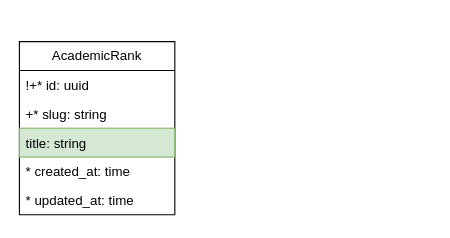
This is page "Employee" (3 of 3) of docs/entity_relationship.drawio from IrusHunter/duckademic, a draw.io file, before an edit. Source tidied: cells renumbered, new cells numbered last; positions are measured from the earlier drawing's top-left corner, leaving out a move shared by most shapes. Both pictures are drawn from the tidied source at 111%, with x=0, y=0 at pixel (19, 41).
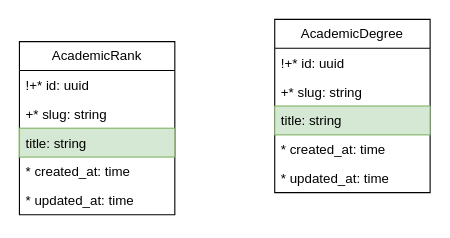
The same diagram, later.

Diff of the diagram source:
```diff
@@
 <mxGraphModel>
   <root>
     <mxCell id="0" />
     <mxCell id="1" parent="0" />
     <mxCell id="2" value="AcademicRank" style="swimlane;fontStyle=0;horizontal=1;startSize=26;fillColor=none;whiteSpace=wrap;html=1;" parent="1" vertex="1">
       <mxGeometry width="140" height="156" as="geometry" />
     </mxCell>
     <mxCell id="3" value="!+* id: uuid" style="text;strokeColor=none;fillColor=none;align=left;verticalAlign=top;spacingLeft=4;spacingRight=4;overflow=hidden;whiteSpace=wrap;html=1;" parent="2" vertex="1">
       <mxGeometry y="26" width="140" height="26" as="geometry" />
     </mxCell>
     <mxCell id="4" value="+* slug: string" style="text;strokeColor=none;fillColor=none;align=left;verticalAlign=top;spacingLeft=4;spacingRight=4;overflow=hidden;whiteSpace=wrap;html=1;" parent="2" vertex="1">
       <mxGeometry y="52" width="140" height="26" as="geometry" />
     </mxCell>
     <mxCell id="5" value="title: string" style="text;strokeColor=#82b366;fillColor=#d5e8d4;align=left;verticalAlign=top;spacingLeft=4;spacingRight=4;overflow=hidden;whiteSpace=wrap;html=1;" parent="2" vertex="1">
       <mxGeometry y="78" width="140" height="26" as="geometry" />
     </mxCell>
     <mxCell id="6" value="* created_at: time" style="text;strokeColor=none;fillColor=none;align=left;verticalAlign=top;spacingLeft=4;spacingRight=4;overflow=hidden;whiteSpace=wrap;html=1;" parent="2" vertex="1">
       <mxGeometry y="104" width="140" height="26" as="geometry" />
     </mxCell>
     <mxCell id="7" value="* updated_at: time" style="text;strokeColor=none;fillColor=none;align=left;verticalAlign=top;spacingLeft=4;spacingRight=4;overflow=hidden;whiteSpace=wrap;html=1;" parent="2" vertex="1">
       <mxGeometry y="130" width="140" height="26" as="geometry" />
     </mxCell>
+    <mxCell id="8" value="AcademicDegree" style="swimlane;fontStyle=0;horizontal=1;startSize=26;fillColor=none;whiteSpace=wrap;html=1;" parent="1" vertex="1">
+      <mxGeometry x="230" y="-20" width="140" height="156" as="geometry" />
+    </mxCell>
+    <mxCell id="9" value="!+* id: uuid" style="text;strokeColor=none;fillColor=none;align=left;verticalAlign=top;spacingLeft=4;spacingRight=4;overflow=hidden;whiteSpace=wrap;html=1;" parent="8" vertex="1">
+      <mxGeometry y="26" width="140" height="26" as="geometry" />
+    </mxCell>
+    <mxCell id="10" value="+* slug: string" style="text;strokeColor=none;fillColor=none;align=left;verticalAlign=top;spacingLeft=4;spacingRight=4;overflow=hidden;whiteSpace=wrap;html=1;" parent="8" vertex="1">
+      <mxGeometry y="52" width="140" height="26" as="geometry" />
+    </mxCell>
+    <mxCell id="11" value="title: string" style="text;strokeColor=#82b366;fillColor=#d5e8d4;align=left;verticalAlign=top;spacingLeft=4;spacingRight=4;overflow=hidden;whiteSpace=wrap;html=1;" parent="8" vertex="1">
+      <mxGeometry y="78" width="140" height="26" as="geometry" />
+    </mxCell>
+    <mxCell id="12" value="* created_at: time" style="text;strokeColor=none;fillColor=none;align=left;verticalAlign=top;spacingLeft=4;spacingRight=4;overflow=hidden;whiteSpace=wrap;html=1;" parent="8" vertex="1">
+      <mxGeometry y="104" width="140" height="26" as="geometry" />
+    </mxCell>
+    <mxCell id="13" value="* updated_at: time" style="text;strokeColor=none;fillColor=none;align=left;verticalAlign=top;spacingLeft=4;spacingRight=4;overflow=hidden;whiteSpace=wrap;html=1;" parent="8" vertex="1">
+      <mxGeometry y="130" width="140" height="26" as="geometry" />
+    </mxCell>
   </root>
 </mxGraphModel>
```
